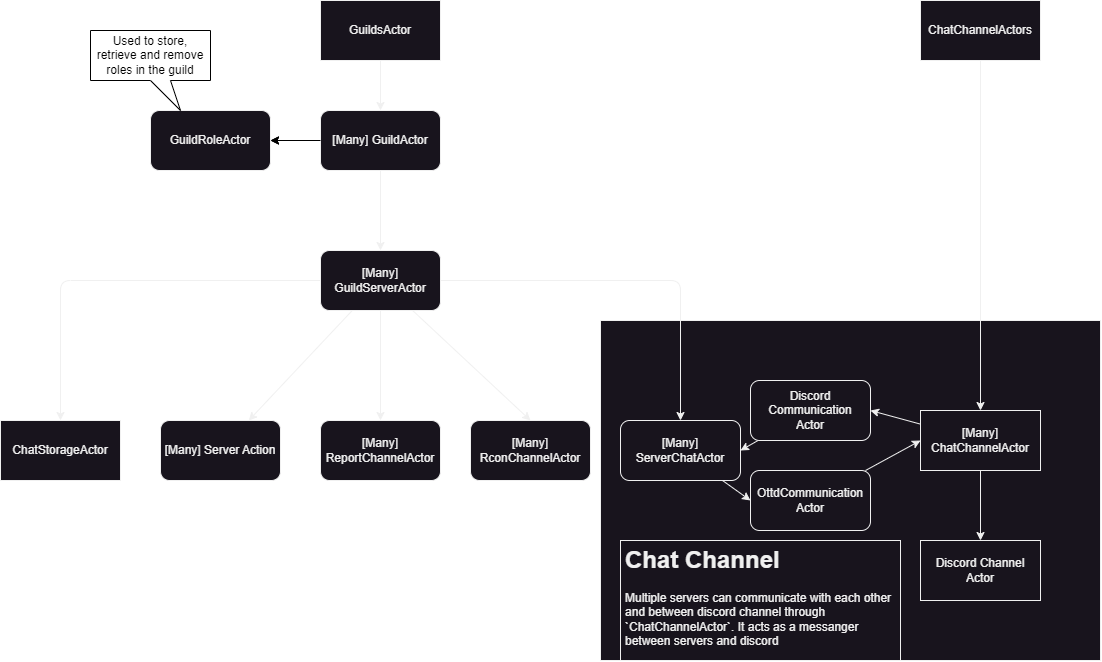
This is docs/akka.drawio.png from shoter/OpenttdDiscord, a draw.io export, as it was before one commit. Source tidied: cells renumbered, new cells last; positions are measured from the earlier drawing's top-left corner, leaving out a move shared by most shapes.
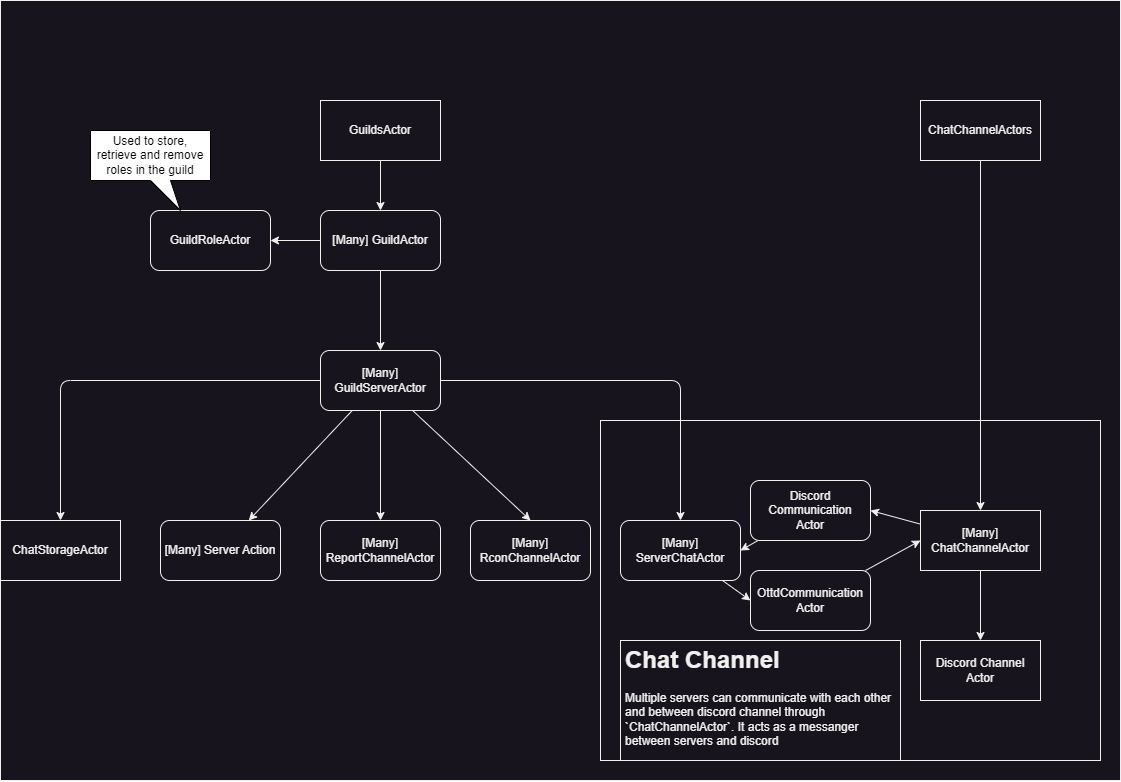
The same file after the commit.

Commit message:
Feature/60 roles after merge (#89)

What changed in the source:
```diff
@@ -2,6 +2,9 @@
   <root>
     <mxCell id="0" />
     <mxCell id="1" parent="0" />
+    <mxCell id="34" style="rounded=0;whiteSpace=wrap;html=1;strokeColor=#f0f0f0;fillColor=#18141D;" parent="1" vertex="1">
+      <mxGeometry y="-100" width="1120" height="780" as="geometry" />
+    </mxCell>
     <mxCell id="2" style="rounded=0;whiteSpace=wrap;html=1;strokeColor=#f0f0f0;fillColor=#18141D;" parent="1" vertex="1">
       <mxGeometry x="600" y="320" width="500" height="340" as="geometry" />
     </mxCell>
@@ -100,7 +103,7 @@
     <mxCell id="31" value="GuildRoleActor" style="rounded=1;whiteSpace=wrap;html=1;strokeColor=#f0f0f0;fillColor=#18141D;fontColor=#F0F0F0;" parent="1" vertex="1">
       <mxGeometry x="150" y="110" width="120" height="60" as="geometry" />
     </mxCell>
-    <mxCell id="32" style="edgeStyle=none;html=1;" parent="1" edge="1" source="5" target="31">
+    <mxCell id="32" style="edgeStyle=none;html=1;strokeColor=#F0F0F1;" parent="1" edge="1" source="5" target="31">
       <mxGeometry relative="1" as="geometry" />
     </mxCell>
     <mxCell id="33" value="&lt;span style=&quot;text-align: left;&quot;&gt;Used to store, retrieve and remove roles in the guild&lt;/span&gt;" style="shape=callout;whiteSpace=wrap;html=1;perimeter=calloutPerimeter;fontSize=12;position2=0.75;" parent="1" vertex="1">
```
